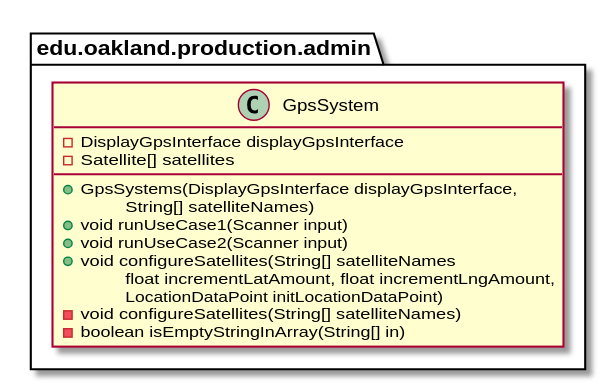
Above: docs/uml-class-diagrams/admin/production/GpsSystem/GpsSystem_Closure.svg in andrewdimmer/csi-3370-software-project (PlantUML), before the change.
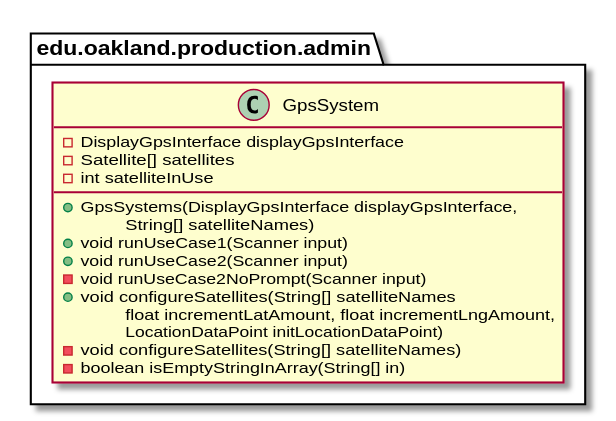
Later version of the same file.

Diff of the diagram source:
```diff
@@ -5,11 +5,13 @@
     class GpsSystem {
         - DisplayGpsInterface displayGpsInterface
         - Satellite[] satellites
+        - int satelliteInUse
         __
         + GpsSystems(DisplayGpsInterface displayGpsInterface,
         \tString[] satelliteNames)
         + void runUseCase1(Scanner input)
         + void runUseCase2(Scanner input)
+        - void runUseCase2NoPrompt(Scanner input)
         + void configureSatellites(String[] satelliteNames
         \tfloat incrementLatAmount, float incrementLngAmount,
         \tLocationDataPoint initLocationDataPoint)
```
